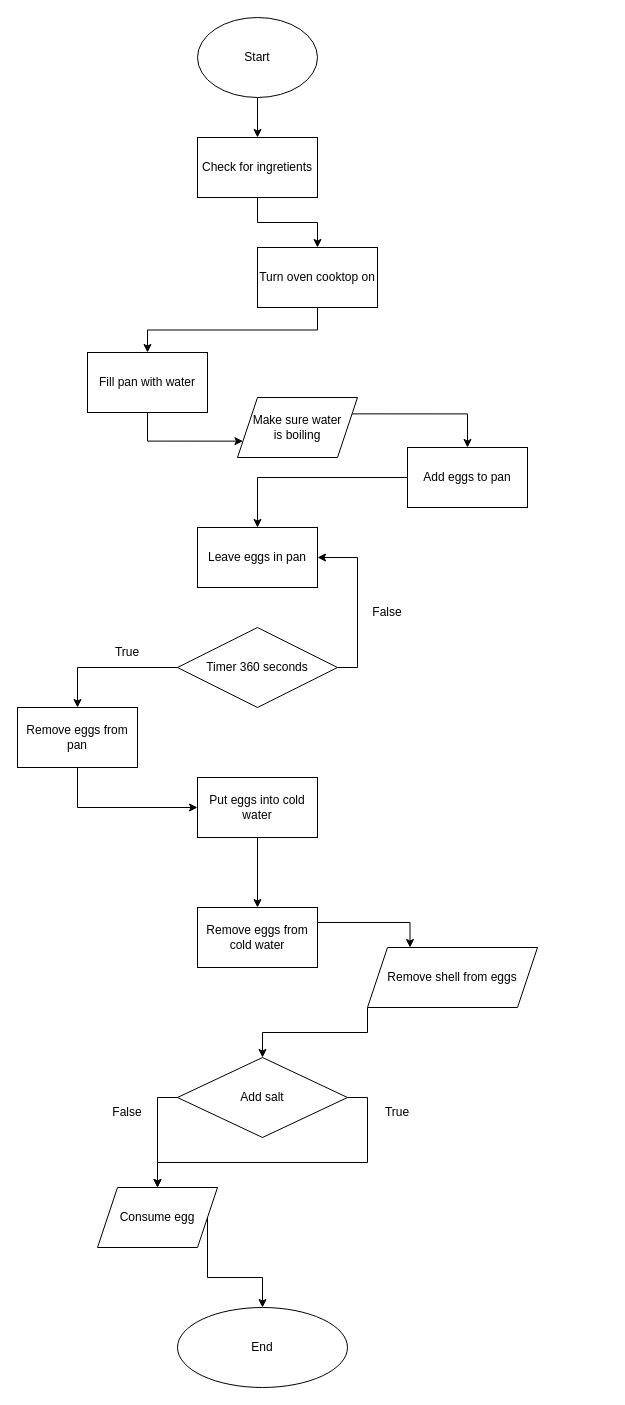
Before: test.drawio in Naaaaaaaaaaaat/Main, a draw.io diagram. Source tidied: cells renumbered, new cells numbered last; positions are measured from the earlier drawing's top-left corner, leaving out a move shared by most shapes. Both pictures are drawn from the tidied source at 100%, with x=0, y=0 at pixel (17, 17).
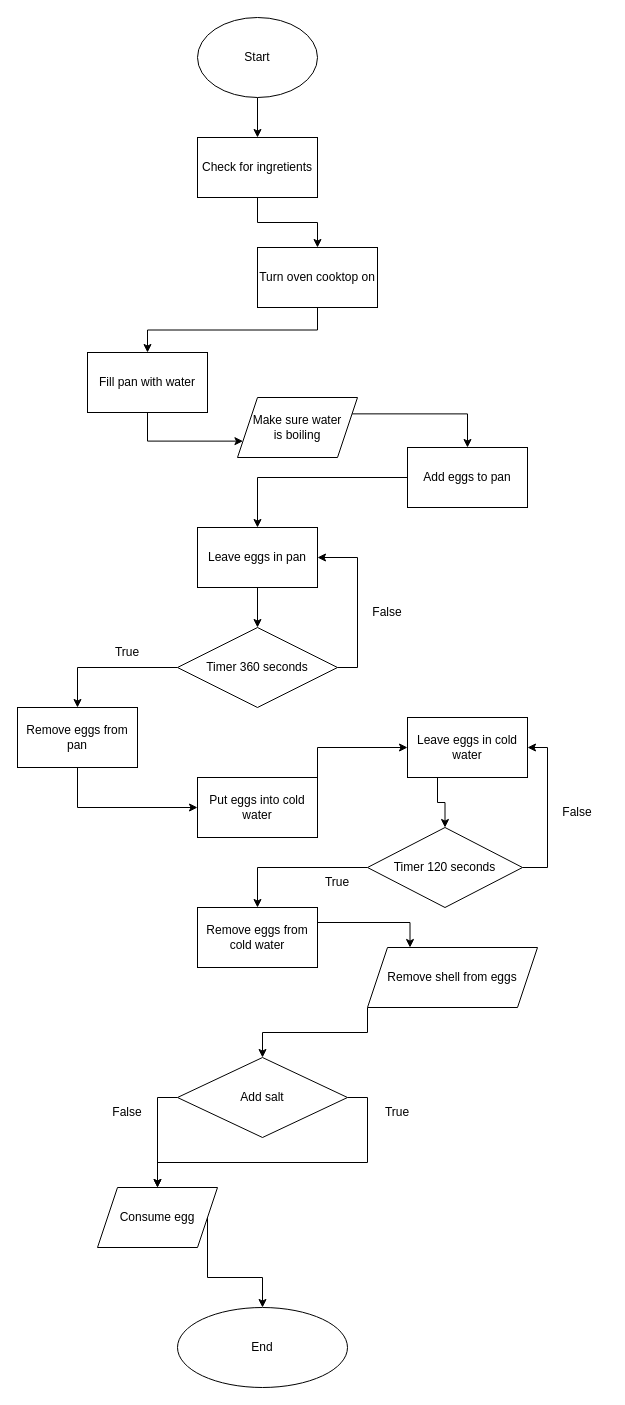
After the change.

Unchanged cells that the change refers to:
```xml
<mxCell id="14" value="Timer 360 seconds" style="rhombus;whiteSpace=wrap;html=1;" parent="1" vertex="1">
  <mxGeometry x="160" y="610" width="160" height="80" as="geometry" />
</mxCell>
<mxCell id="18" value="Put eggs into cold water" style="rounded=0;whiteSpace=wrap;html=1;" parent="1" vertex="1">
  <mxGeometry x="180" y="760" width="120" height="60" as="geometry" />
</mxCell>
<mxCell id="19" value="Leave eggs in pan" style="rounded=0;whiteSpace=wrap;html=1;" parent="1" vertex="1">
  <mxGeometry x="180" y="510" width="120" height="60" as="geometry" />
</mxCell>
<mxCell id="21" value="Remove eggs from cold water" style="rounded=0;whiteSpace=wrap;html=1;" parent="1" vertex="1">
  <mxGeometry x="180" y="890" width="120" height="60" as="geometry" />
</mxCell>
```

Diff of the diagram source:
```diff
@@
-    <mxCell id="17" style="edgeStyle=orthogonalEdgeStyle;rounded=0;jettySize=auto;html=1;exitX=0.5;exitY=1;exitDx=0;exitDy=0;entryX=0.5;entryY=0;entryDx=0;entryDy=0;" parent="1" edge="1" source="18" target="21">
-      <mxGeometry relative="1" as="geometry" />
-    </mxCell>
+    <mxCell id="36" style="edgeStyle=orthogonalEdgeStyle;rounded=0;jettySize=auto;html=1;exitX=1;exitY=0;exitDx=0;exitDy=0;entryX=0;entryY=0.5;entryDx=0;entryDy=0;" parent="1" edge="1" source="18" target="42">
+      <mxGeometry relative="1" as="geometry" />
+    </mxCell>
@@
+    <mxCell id="37" style="edgeStyle=orthogonalEdgeStyle;rounded=0;jettySize=auto;html=1;exitX=0.5;exitY=1;exitDx=0;exitDy=0;entryX=0.5;entryY=0;entryDx=0;entryDy=0;" parent="1" edge="1" source="19" target="14">
+      <mxGeometry relative="1" as="geometry" />
+    </mxCell>
@@
+    <mxCell id="38" style="edgeStyle=orthogonalEdgeStyle;rounded=0;jettySize=auto;html=1;entryX=0.5;entryY=0;entryDx=0;entryDy=0;" parent="1" edge="1" source="40" target="21">
+      <mxGeometry relative="1" as="geometry" />
+    </mxCell>
+    <mxCell id="39" style="edgeStyle=orthogonalEdgeStyle;rounded=0;jettySize=auto;html=1;exitX=1;exitY=0.5;exitDx=0;exitDy=0;entryX=1;entryY=0.5;entryDx=0;entryDy=0;" parent="1" edge="1" source="40" target="42">
+      <mxGeometry relative="1" as="geometry" />
+    </mxCell>
+    <mxCell id="40" value="Timer 120 seconds" style="rhombus;whiteSpace=wrap;html=1;" parent="1" vertex="1">
+      <mxGeometry x="350" y="810" width="155" height="80" as="geometry" />
+    </mxCell>
+    <mxCell id="41" style="edgeStyle=orthogonalEdgeStyle;rounded=0;jettySize=auto;html=1;exitX=0.25;exitY=1;exitDx=0;exitDy=0;entryX=0.5;entryY=0;entryDx=0;entryDy=0;" parent="1" edge="1" source="42" target="40">
+      <mxGeometry relative="1" as="geometry" />
+    </mxCell>
+    <mxCell id="42" value="Leave eggs in cold water" style="rounded=0;whiteSpace=wrap;html=1;" parent="1" vertex="1">
+      <mxGeometry x="390" y="700" width="120" height="60" as="geometry" />
+    </mxCell>
+    <mxCell id="43" value="False" style="text;html=1;strokeColor=none;fillColor=none;align=center;verticalAlign=middle;whiteSpace=wrap;rounded=0;" parent="1" vertex="1">
+      <mxGeometry x="530" y="780" width="60" height="30" as="geometry" />
+    </mxCell>
+    <mxCell id="44" value="True" style="text;html=1;strokeColor=none;fillColor=none;align=center;verticalAlign=middle;whiteSpace=wrap;rounded=0;" parent="1" vertex="1">
+      <mxGeometry x="290" y="850" width="60" height="30" as="geometry" />
+    </mxCell>
```
